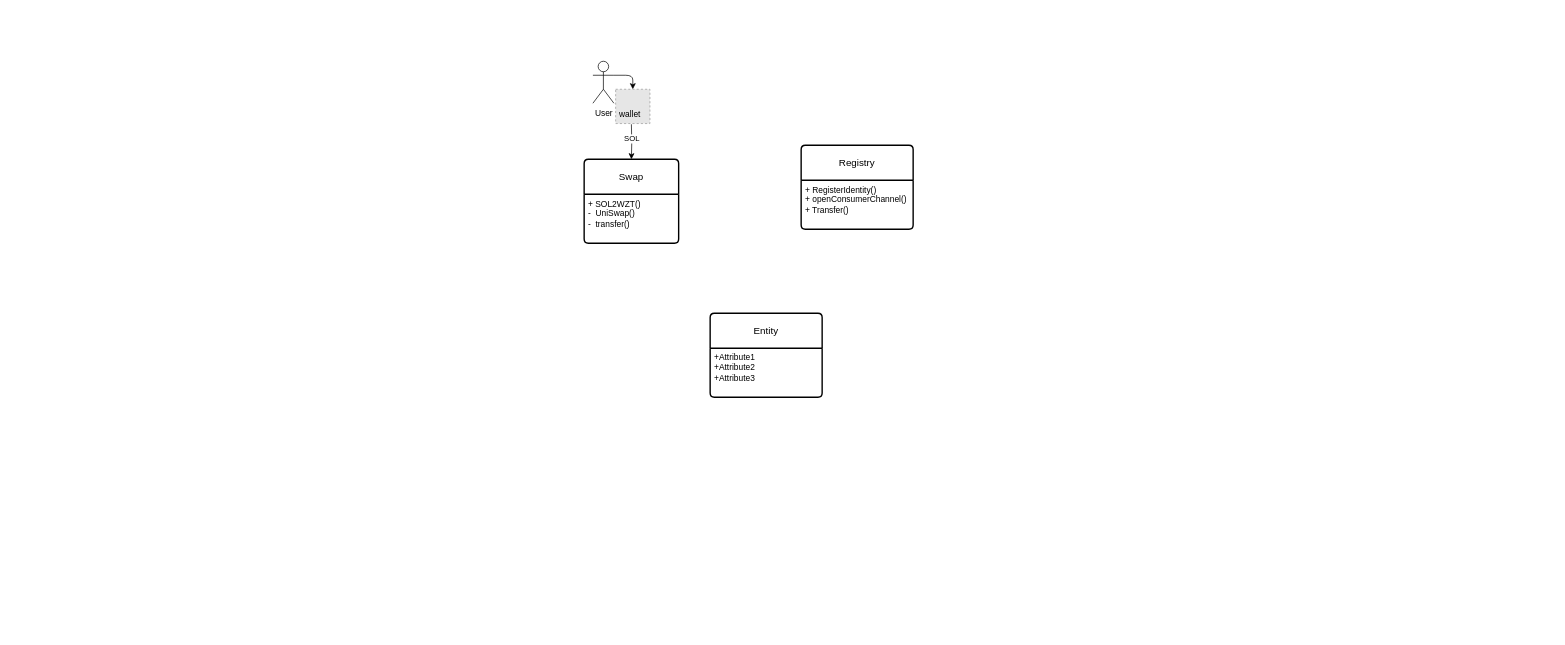
Earlier version of the draw.io diagram solana.drawio (YuniqueUnic/drawioDiagrams). Source tidied: cells renumbered, new cells numbered last; positions are measured from the earlier drawing's top-left corner, leaving out a move shared by most shapes. Both pictures are drawn from the tidied source at 70%, with x=0, y=0 at pixel (584, 61). Pictures stored in the file or linked from it are replaced by grey dashed boxes.
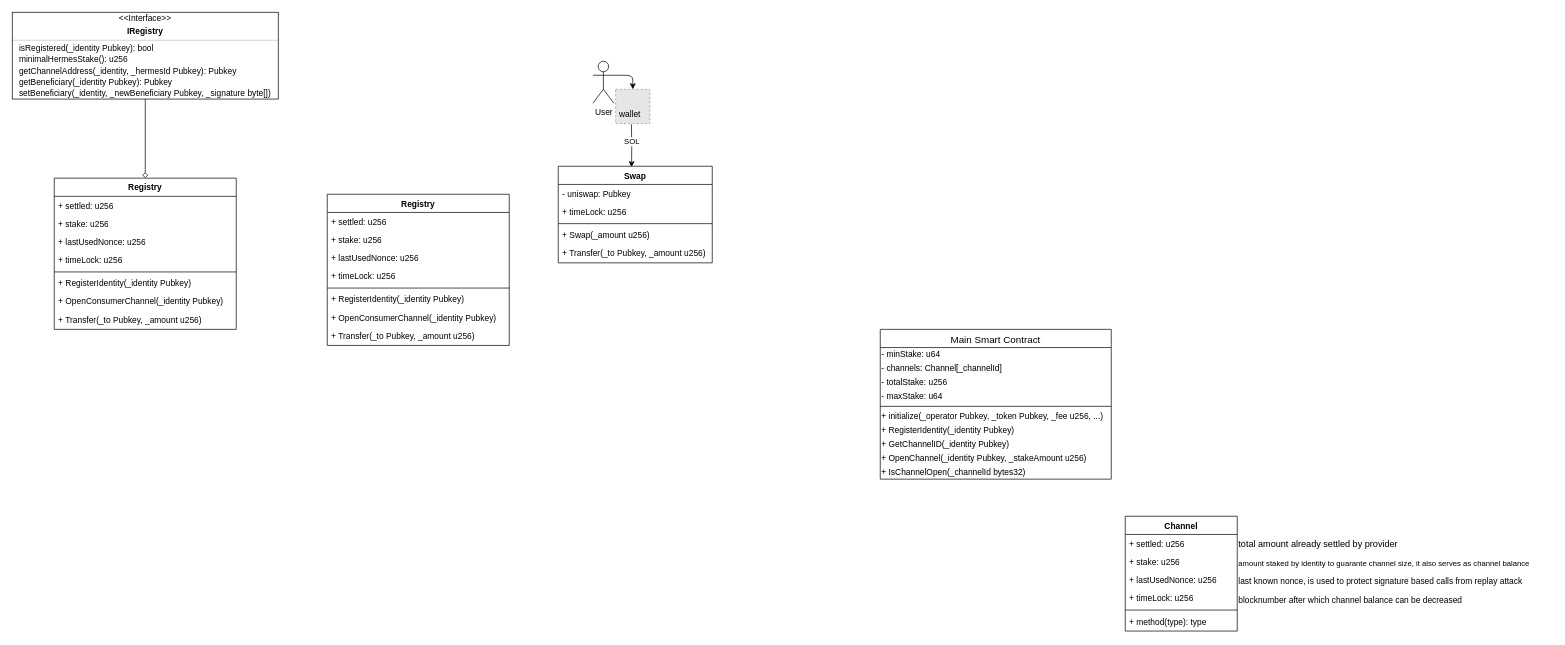
The same diagram, later.

Change to the diagram source:
```diff
@@
-    <mxCell id="2" value="Registry" style="swimlane;horizontal=1;startSize=50;rounded=1;fontSize=14;fontStyle=0;strokeWidth=2;shadow=0;dashed=0;align=center;arcSize=4;whiteSpace=wrap;html=1;" parent="1" vertex="1">
-      <mxGeometry x="310" y="120" width="160" height="120" as="geometry" />
-    </mxCell>
-    <mxCell id="3" value="+ RegisterIdentity()&lt;br&gt;+ openConsumerChannel()&lt;br&gt;+ Transfer()" style="align=left;strokeColor=none;fillColor=none;spacingLeft=4;spacingRight=4;fontSize=12;verticalAlign=top;html=1;whiteSpace=wrap;" parent="2" vertex="1">
-      <mxGeometry y="50" width="160" height="70" as="geometry" />
-    </mxCell>
@@
-    <mxCell id="9" value="Swap" style="swimlane;horizontal=1;startSize=50;rounded=1;fontSize=14;fontStyle=0;strokeWidth=2;shadow=0;dashed=0;align=center;arcSize=4;whiteSpace=wrap;html=1;" parent="1" vertex="1">
-      <mxGeometry y="140" width="135" height="120" as="geometry" />
-    </mxCell>
-    <mxCell id="10" value="+ SOL2WZT()&lt;br&gt;-&amp;nbsp; UniSwap()&lt;br&gt;-&amp;nbsp; transfer()" style="align=left;strokeColor=none;fillColor=none;spacingLeft=4;spacingRight=4;fontSize=12;verticalAlign=top;html=1;whiteSpace=wrap;" parent="9" vertex="1">
-      <mxGeometry y="50" width="135" height="70" as="geometry" />
-    </mxCell>
-    <mxCell id="11" style="edgeStyle=orthogonalEdgeStyle;rounded=0;jettySize=auto;html=1;entryX=0.5;entryY=0;entryDx=0;entryDy=0;curved=0;" parent="1" edge="1" target="9">
+    <mxCell id="11" style="edgeStyle=orthogonalEdgeStyle;rounded=0;jettySize=auto;html=1;entryX=0.476;entryY=0.009;entryDx=0;entryDy=0;curved=0;entryPerimeter=0;" parent="1" edge="1" target="9">
       <mxGeometry relative="1" as="geometry">
         <mxPoint x="67.5" y="90" as="sourcePoint" />
       </mxGeometry>
     </mxCell>
@@
-    <mxCell id="13" value="Entity" style="swimlane;horizontal=1;startSize=50;rounded=1;fontSize=14;fontStyle=0;strokeWidth=2;shadow=0;dashed=0;align=center;arcSize=4;whiteSpace=wrap;html=1;" parent="1" vertex="1">
-      <mxGeometry x="180" y="360" width="160" height="120" as="geometry" />
-    </mxCell>
-    <mxCell id="14" value="+Attribute1&#10;+Attribute2&#10;+Attribute3" style="align=left;strokeColor=none;fillColor=none;spacingLeft=4;spacingRight=4;fontSize=12;verticalAlign=top;html=1;whiteSpace=wrap;" parent="13" vertex="1">
-      <mxGeometry y="50" width="160" height="70" as="geometry" />
-    </mxCell>
+    <mxCell id="15" value="Registry" style="swimlane;fontStyle=1;align=center;verticalAlign=top;horizontal=1;startSize=26;whiteSpace=wrap;html=1;" parent="1" vertex="1">
+      <mxGeometry x="-757" y="167" width="260" height="216" as="geometry" />
+    </mxCell>
+    <mxCell id="16" value="+ settled: u256" style="text;strokeColor=none;fillColor=none;align=left;verticalAlign=top;spacingLeft=4;spacingRight=4;overflow=hidden;whiteSpace=wrap;html=1;" parent="15" vertex="1">
+      <mxGeometry y="26" width="260" height="26" as="geometry" />
+    </mxCell>
+    <mxCell id="17" value="+ stake: u256" style="text;strokeColor=none;fillColor=none;align=left;verticalAlign=top;spacingLeft=4;spacingRight=4;overflow=hidden;whiteSpace=wrap;html=1;" parent="15" vertex="1">
+      <mxGeometry y="52" width="260" height="26" as="geometry" />
+    </mxCell>
+    <mxCell id="18" value="+ lastUsedNonce: u256&lt;div&gt;&lt;br&gt;&lt;/div&gt;" style="text;strokeColor=none;fillColor=none;align=left;verticalAlign=top;spacingLeft=4;spacingRight=4;overflow=hidden;whiteSpace=wrap;html=1;" parent="15" vertex="1">
+      <mxGeometry y="78" width="260" height="26" as="geometry" />
+    </mxCell>
+    <mxCell id="19" value="+ timeLock: u256&lt;div&gt;&lt;br&gt;&lt;/div&gt;" style="text;strokeColor=none;fillColor=none;align=left;verticalAlign=top;spacingLeft=4;spacingRight=4;overflow=hidden;whiteSpace=wrap;html=1;" parent="15" vertex="1">
+      <mxGeometry y="104" width="260" height="26" as="geometry" />
+    </mxCell>
+    <mxCell id="20" style="line;strokeWidth=1;fillColor=none;align=left;verticalAlign=middle;spacingTop=-1;spacingLeft=3;spacingRight=3;labelPosition=right;strokeColor=inherit;" parent="15" vertex="1">
+      <mxGeometry y="130" width="260" height="8" as="geometry" />
+    </mxCell>
+    <mxCell id="21" value="+ RegisterIdentity(_identity Pubkey)" style="text;strokeColor=none;fillColor=none;align=left;verticalAlign=middle;spacingLeft=4;spacingRight=4;overflow=hidden;whiteSpace=wrap;html=1;" parent="15" vertex="1">
+      <mxGeometry y="138" width="260" height="26" as="geometry" />
+    </mxCell>
+    <mxCell id="22" value="+ OpenConsumerChannel(_identity Pubkey)" style="text;strokeColor=none;fillColor=none;align=left;verticalAlign=middle;spacingLeft=4;spacingRight=4;overflow=hidden;whiteSpace=wrap;html=1;" parent="15" vertex="1">
+      <mxGeometry y="164" width="260" height="26" as="geometry" />
+    </mxCell>
+    <mxCell id="23" value="+ Transfer(_to Pubkey, _amount u256)" style="text;strokeColor=none;fillColor=none;align=left;verticalAlign=middle;spacingLeft=4;spacingRight=4;overflow=hidden;whiteSpace=wrap;html=1;" parent="15" vertex="1">
+      <mxGeometry y="190" width="260" height="26" as="geometry" />
+    </mxCell>
+    <mxCell id="24" value="&lt;span style=&quot;font-size: 14px; font-weight: 400;&quot;&gt;Main Smart Contract&lt;/span&gt;" style="swimlane;fontStyle=1;align=center;verticalAlign=top;horizontal=1;startSize=26;whiteSpace=wrap;html=1;" parent="1" vertex="1">
+      <mxGeometry x="423" y="383" width="330" height="214" as="geometry" />
+    </mxCell>
+    <mxCell id="25" value="&lt;span style=&quot;color: rgb(0, 0, 0); font-family: Helvetica; font-size: 12px; font-style: normal; font-variant-ligatures: normal; font-variant-caps: normal; font-weight: 400; letter-spacing: normal; orphans: 2; text-align: left; text-indent: 0px; text-transform: none; widows: 2; word-spacing: 0px; -webkit-text-stroke-width: 0px; white-space: normal; background-color: rgb(251, 251, 251); text-decoration-thickness: initial; text-decoration-style: initial; text-decoration-color: initial; display: inline !important; float: none;&quot;&gt;- minStake: u64&lt;/span&gt;" style="text;whiteSpace=wrap;html=1;verticalAlign=middle;" parent="24" vertex="1">
+      <mxGeometry y="26" width="330" height="20" as="geometry" />
+    </mxCell>
+    <mxCell id="26" value="&lt;span style=&quot;color: rgb(0, 0, 0); font-family: Helvetica; font-size: 12px; font-style: normal; font-variant-ligatures: normal; font-variant-caps: normal; font-weight: 400; letter-spacing: normal; orphans: 2; text-align: left; text-indent: 0px; text-transform: none; widows: 2; word-spacing: 0px; -webkit-text-stroke-width: 0px; white-space: normal; background-color: rgb(251, 251, 251); text-decoration-thickness: initial; text-decoration-style: initial; text-decoration-color: initial; float: none; display: inline !important;&quot;&gt;- channels: Channel[_channelId]&lt;/span&gt;" style="text;whiteSpace=wrap;html=1;verticalAlign=middle;" parent="24" vertex="1">
+      <mxGeometry y="46" width="330" height="20" as="geometry" />
+    </mxCell>
+    <mxCell id="27" value="&lt;span style=&quot;color: rgb(0, 0, 0); font-family: Helvetica; font-size: 12px; font-style: normal; font-variant-ligatures: normal; font-variant-caps: normal; font-weight: 400; letter-spacing: normal; orphans: 2; text-align: left; text-indent: 0px; text-transform: none; widows: 2; word-spacing: 0px; -webkit-text-stroke-width: 0px; white-space: normal; background-color: rgb(251, 251, 251); text-decoration-thickness: initial; text-decoration-style: initial; text-decoration-color: initial; display: inline !important; float: none;&quot;&gt;- totalStake&lt;/span&gt;&lt;span style=&quot;forced-color-adjust: none; color: light-dark(rgb(0, 0, 0), rgb(255, 255, 255)); font-family: Helvetica; font-size: 12px; font-style: normal; font-variant-ligatures: normal; font-variant-caps: normal; font-weight: 400; letter-spacing: normal; orphans: 2; text-align: left; text-indent: 0px; text-transform: none; widows: 2; word-spacing: 0px; -webkit-text-stroke-width: 0px; white-space: normal; background-color: transparent; text-decoration-thickness: initial; text-decoration-style: initial; text-decoration-color: initial;&quot;&gt;: u256&lt;/span&gt;" style="text;whiteSpace=wrap;html=1;verticalAlign=middle;" parent="24" vertex="1">
+      <mxGeometry y="66" width="330" height="20" as="geometry" />
+    </mxCell>
+    <mxCell id="28" value="&lt;span style=&quot;color: rgb(0, 0, 0); font-family: Helvetica; font-size: 12px; font-style: normal; font-variant-ligatures: normal; font-variant-caps: normal; font-weight: 400; letter-spacing: normal; orphans: 2; text-align: left; text-indent: 0px; text-transform: none; widows: 2; word-spacing: 0px; -webkit-text-stroke-width: 0px; white-space: normal; background-color: rgb(251, 251, 251); text-decoration-thickness: initial; text-decoration-style: initial; text-decoration-color: initial; display: inline !important; float: none;&quot;&gt;- maxStake: u64&lt;/span&gt;" style="text;html=1;verticalAlign=middle;whiteSpace=wrap;" parent="24" vertex="1">
+      <mxGeometry y="86" width="330" height="20" as="geometry" />
+    </mxCell>
+    <mxCell id="29" style="line;strokeWidth=1;fillColor=none;align=left;verticalAlign=middle;spacingTop=-1;spacingLeft=3;spacingRight=3;labelPosition=right;strokeColor=inherit;" parent="24" vertex="1">
+      <mxGeometry y="106" width="330" height="8" as="geometry" />
+    </mxCell>
+    <mxCell id="30" value="+ initialize(_operator Pubkey, _token Pubkey, _fee u256, ...)" style="text;whiteSpace=wrap;html=1;verticalAlign=middle;" parent="24" vertex="1">
+      <mxGeometry y="114" width="330" height="20" as="geometry" />
+    </mxCell>
+    <mxCell id="31" value="+ RegisterIdentity(_identity Pubkey)" style="text;whiteSpace=wrap;html=1;verticalAlign=middle;" parent="24" vertex="1">
+      <mxGeometry y="134" width="330" height="20" as="geometry" />
+    </mxCell>
+    <mxCell id="32" value="&lt;span style=&quot;color: rgb(0, 0, 0); font-family: Helvetica; font-size: 12px; font-style: normal; font-variant-ligatures: normal; font-variant-caps: normal; font-weight: 400; letter-spacing: normal; orphans: 2; text-align: left; text-indent: 0px; text-transform: none; widows: 2; word-spacing: 0px; -webkit-text-stroke-width: 0px; white-space: normal; background-color: rgb(251, 251, 251); text-decoration-thickness: initial; text-decoration-style: initial; text-decoration-color: initial; float: none; display: inline !important;&quot;&gt;+ GetChannelID(_identity Pubkey&lt;/span&gt;)&amp;nbsp;" style="text;whiteSpace=wrap;html=1;verticalAlign=middle;" parent="24" vertex="1">
+      <mxGeometry y="154" width="330" height="20" as="geometry" />
+    </mxCell>
+    <mxCell id="33" value="&lt;span style=&quot;color: rgb(0, 0, 0); font-family: Helvetica; font-size: 12px; font-style: normal; font-variant-ligatures: normal; font-variant-caps: normal; font-weight: 400; letter-spacing: normal; orphans: 2; text-align: left; text-indent: 0px; text-transform: none; widows: 2; word-spacing: 0px; -webkit-text-stroke-width: 0px; white-space: normal; background-color: rgb(251, 251, 251); text-decoration-thickness: initial; text-decoration-style: initial; text-decoration-color: initial; float: none; display: inline !important;&quot;&gt;+ OpenChannel(_identity Pubkey, _stakeAmount&amp;nbsp;&lt;/span&gt;u256)&amp;nbsp;" style="text;whiteSpace=wrap;html=1;verticalAlign=middle;" parent="24" vertex="1">
+      <mxGeometry y="174" width="330" height="20" as="geometry" />
+    </mxCell>
+    <mxCell id="34" value="&lt;span style=&quot;color: rgb(0, 0, 0); font-family: Helvetica; font-size: 12px; font-style: normal; font-variant-ligatures: normal; font-variant-caps: normal; font-weight: 400; letter-spacing: normal; orphans: 2; text-align: left; text-indent: 0px; text-transform: none; widows: 2; word-spacing: 0px; -webkit-text-stroke-width: 0px; white-space: normal; background-color: rgb(251, 251, 251); text-decoration-thickness: initial; text-decoration-style: initial; text-decoration-color: initial; float: none; display: inline !important;&quot;&gt;+ IsChannelOpen(_channelId bytes32&lt;/span&gt;)&amp;nbsp;" style="text;whiteSpace=wrap;html=1;verticalAlign=middle;" parent="24" vertex="1">
+      <mxGeometry y="194" width="330" height="20" as="geometry" />
+    </mxCell>
+    <mxCell id="9" value="Swap" style="swimlane;fontStyle=1;align=center;verticalAlign=top;horizontal=1;startSize=26;whiteSpace=wrap;html=1;" parent="1" vertex="1">
+      <mxGeometry x="-37" y="150" width="220" height="138" as="geometry" />
+    </mxCell>
+    <mxCell id="35" value="- uniswap: Pubkey" style="text;strokeColor=none;fillColor=none;align=left;verticalAlign=top;spacingLeft=4;spacingRight=4;overflow=hidden;whiteSpace=wrap;html=1;" parent="9" vertex="1">
+      <mxGeometry y="26" width="220" height="26" as="geometry" />
+    </mxCell>
+    <mxCell id="36" value="+ timeLock: u256" style="text;strokeColor=none;fillColor=none;align=left;verticalAlign=top;spacingLeft=4;spacingRight=4;overflow=hidden;whiteSpace=wrap;html=1;" parent="9" vertex="1">
+      <mxGeometry y="52" width="220" height="26" as="geometry" />
+    </mxCell>
+    <mxCell id="37" style="line;strokeWidth=1;fillColor=none;align=left;verticalAlign=middle;spacingTop=-1;spacingLeft=3;spacingRight=3;labelPosition=right;strokeColor=inherit;" parent="9" vertex="1">
+      <mxGeometry y="78" width="220" height="8" as="geometry" />
+    </mxCell>
+    <mxCell id="38" value="+ Swap(_amount u256)" style="text;strokeColor=none;fillColor=none;align=left;verticalAlign=middle;spacingLeft=4;spacingRight=4;overflow=hidden;whiteSpace=wrap;html=1;" parent="9" vertex="1">
+      <mxGeometry y="86" width="220" height="26" as="geometry" />
+    </mxCell>
+    <mxCell id="39" value="+ Transfer(_to Pubkey, _amount u256)" style="text;strokeColor=none;fillColor=none;align=left;verticalAlign=middle;spacingLeft=4;spacingRight=4;overflow=hidden;whiteSpace=wrap;html=1;" parent="9" vertex="1">
+      <mxGeometry y="112" width="220" height="26" as="geometry" />
+    </mxCell>
+    <mxCell id="40" style="group;" parent="1" vertex="1">
+      <mxGeometry x="773" y="650" width="610" height="164" as="geometry" />
+    </mxCell>
+    <mxCell id="41" value="Channel" style="swimlane;fontStyle=1;align=center;verticalAlign=top;horizontal=1;startSize=26;whiteSpace=wrap;html=1;" parent="40" vertex="1">
+      <mxGeometry width="160" height="164" as="geometry" />
+    </mxCell>
+    <mxCell id="42" value="+ settled: u256" style="text;strokeColor=none;fillColor=none;align=left;verticalAlign=top;spacingLeft=4;spacingRight=4;overflow=hidden;whiteSpace=wrap;html=1;" parent="41" vertex="1">
+      <mxGeometry y="26" width="160" height="26" as="geometry" />
+    </mxCell>
+    <mxCell id="43" value="+ stake: u256" style="text;strokeColor=none;fillColor=none;align=left;verticalAlign=top;spacingLeft=4;spacingRight=4;overflow=hidden;whiteSpace=wrap;html=1;" parent="41" vertex="1">
+      <mxGeometry y="52" width="160" height="26" as="geometry" />
+    </mxCell>
+    <mxCell id="44" value="+ lastUsedNonce: u256&lt;div&gt;&lt;br&gt;&lt;/div&gt;" style="text;strokeColor=none;fillColor=none;align=left;verticalAlign=top;spacingLeft=4;spacingRight=4;overflow=hidden;whiteSpace=wrap;html=1;" parent="41" vertex="1">
+      <mxGeometry y="78" width="160" height="26" as="geometry" />
+    </mxCell>
+    <mxCell id="45" value="+ timeLock: u256&lt;div&gt;&lt;br&gt;&lt;/div&gt;" style="text;strokeColor=none;fillColor=none;align=left;verticalAlign=top;spacingLeft=4;spacingRight=4;overflow=hidden;whiteSpace=wrap;html=1;" parent="41" vertex="1">
+      <mxGeometry y="104" width="160" height="26" as="geometry" />
+    </mxCell>
+    <mxCell id="46" style="line;strokeWidth=1;fillColor=none;align=left;verticalAlign=middle;spacingTop=-1;spacingLeft=3;spacingRight=3;labelPosition=right;strokeColor=inherit;" parent="41" vertex="1">
+      <mxGeometry y="130" width="160" height="8" as="geometry" />
+    </mxCell>
+    <mxCell id="47" value="+ method(type): type" style="text;strokeColor=none;fillColor=none;align=left;verticalAlign=top;spacingLeft=4;spacingRight=4;overflow=hidden;whiteSpace=wrap;html=1;" parent="41" vertex="1">
+      <mxGeometry y="138" width="160" height="26" as="geometry" />
+    </mxCell>
+    <mxCell id="48" value="amount staked by identity to guarante channel size, it also serves as channel balance" style="text;whiteSpace=wrap;align=left;verticalAlign=middle;fontSize=11;" parent="40" vertex="1">
+      <mxGeometry x="160" y="52" width="450" height="30" as="geometry" />
+    </mxCell>
+    <mxCell id="49" value="last known nonce, is used to protect signature based calls from replay attack" style="text;whiteSpace=wrap;verticalAlign=middle;" parent="40" vertex="1">
+      <mxGeometry x="160" y="83" width="440" height="20" as="geometry" />
+    </mxCell>
+    <mxCell id="50" value="&lt;span style=&quot;color: rgb(0, 0, 0); font-family: Helvetica; font-style: normal; font-variant-ligatures: normal; font-variant-caps: normal; font-weight: 400; letter-spacing: normal; orphans: 2; text-align: left; text-indent: 0px; text-transform: none; widows: 2; word-spacing: 0px; -webkit-text-stroke-width: 0px; white-space: normal; background-color: rgb(251, 251, 251); text-decoration-thickness: initial; text-decoration-style: initial; text-decoration-color: initial; float: none; display: inline !important;&quot;&gt;total amount already settled by provider&lt;/span&gt;" style="text;whiteSpace=wrap;html=1;verticalAlign=middle;fontSize=13;" parent="40" vertex="1">
+      <mxGeometry x="160" y="30" width="310" height="20" as="geometry" />
+    </mxCell>
+    <mxCell id="51" value="blocknumber after which channel balance can be decreased" style="text;whiteSpace=wrap;verticalAlign=middle;" parent="40" vertex="1">
+      <mxGeometry x="160" y="110" width="350" height="20" as="geometry" />
+    </mxCell>
+    <mxCell id="52" value="Registry" style="swimlane;fontStyle=1;align=center;verticalAlign=top;horizontal=1;startSize=26;whiteSpace=wrap;html=1;" parent="1" vertex="1">
+      <mxGeometry x="-367" y="190" width="260" height="216" as="geometry" />
+    </mxCell>
+    <mxCell id="53" value="+ settled: u256" style="text;strokeColor=none;fillColor=none;align=left;verticalAlign=top;spacingLeft=4;spacingRight=4;overflow=hidden;whiteSpace=wrap;html=1;" parent="52" vertex="1">
+      <mxGeometry y="26" width="260" height="26" as="geometry" />
+    </mxCell>
+    <mxCell id="54" value="+ stake: u256" style="text;strokeColor=none;fillColor=none;align=left;verticalAlign=top;spacingLeft=4;spacingRight=4;overflow=hidden;whiteSpace=wrap;html=1;" parent="52" vertex="1">
+      <mxGeometry y="52" width="260" height="26" as="geometry" />
+    </mxCell>
+    <mxCell id="55" value="+ lastUsedNonce: u256&lt;div&gt;&lt;br&gt;&lt;/div&gt;" style="text;strokeColor=none;fillColor=none;align=left;verticalAlign=top;spacingLeft=4;spacingRight=4;overflow=hidden;whiteSpace=wrap;html=1;" parent="52" vertex="1">
+      <mxGeometry y="78" width="260" height="26" as="geometry" />
+    </mxCell>
+    <mxCell id="56" value="+ timeLock: u256&lt;div&gt;&lt;br&gt;&lt;/div&gt;" style="text;strokeColor=none;fillColor=none;align=left;verticalAlign=top;spacingLeft=4;spacingRight=4;overflow=hidden;whiteSpace=wrap;html=1;" parent="52" vertex="1">
+      <mxGeometry y="104" width="260" height="26" as="geometry" />
+    </mxCell>
+    <mxCell id="57" style="line;strokeWidth=1;fillColor=none;align=left;verticalAlign=middle;spacingTop=-1;spacingLeft=3;spacingRight=3;labelPosition=right;strokeColor=inherit;" parent="52" vertex="1">
+      <mxGeometry y="130" width="260" height="8" as="geometry" />
+    </mxCell>
+    <mxCell id="58" value="+ RegisterIdentity(_identity Pubkey)" style="text;strokeColor=none;fillColor=none;align=left;verticalAlign=middle;spacingLeft=4;spacingRight=4;overflow=hidden;whiteSpace=wrap;html=1;" parent="52" vertex="1">
+      <mxGeometry y="138" width="260" height="26" as="geometry" />
+    </mxCell>
+    <mxCell id="59" value="+ OpenConsumerChannel(_identity Pubkey)" style="text;strokeColor=none;fillColor=none;align=left;verticalAlign=middle;spacingLeft=4;spacingRight=4;overflow=hidden;whiteSpace=wrap;html=1;" parent="52" vertex="1">
+      <mxGeometry y="164" width="260" height="26" as="geometry" />
+    </mxCell>
+    <mxCell id="60" value="+ Transfer(_to Pubkey, _amount u256)" style="text;strokeColor=none;fillColor=none;align=left;verticalAlign=middle;spacingLeft=4;spacingRight=4;overflow=hidden;whiteSpace=wrap;html=1;" parent="52" vertex="1">
+      <mxGeometry y="190" width="260" height="26" as="geometry" />
+    </mxCell>
+    <mxCell id="61" style="fontStyle=1;align=center;verticalAlign=middle;horizontal=1;" parent="1" vertex="1">
+      <mxGeometry x="-817" y="-70" width="380" height="124" as="geometry" />
+    </mxCell>
+    <mxCell id="62" value="&amp;lt;&amp;lt;Interface&amp;gt;&amp;gt;" style="html=1;align=center;spacing=0;verticalAlign=middle;strokeColor=none;fillColor=none;whiteSpace=wrap;" parent="61" vertex="1">
+      <mxGeometry width="380" height="18" as="geometry" />
+    </mxCell>
+    <mxCell id="63" value="IRegistry" style="html=1;align=center;spacing=0;verticalAlign=middle;strokeColor=none;fillColor=none;whiteSpace=wrap;fontStyle=1;" parent="61" vertex="1">
+      <mxGeometry y="18" width="380" height="18" as="geometry" />
+    </mxCell>
+    <mxCell id="64" style="line;strokeWidth=0.25;fillColor=none;align=left;verticalAlign=middle;spacingTop=-1;spacingLeft=3;spacingRight=3;labelPosition=right;" parent="61" vertex="1">
+      <mxGeometry y="36" width="380" height="8" as="geometry" />
+    </mxCell>
+    <mxCell id="65" value="isRegistered(_identity Pubkey): bool" style="html=1;align=left;spacing=0;spacingLeft=10;verticalAlign=middle;strokeColor=none;fillColor=none;whiteSpace=wrap;" parent="61" vertex="1">
+      <mxGeometry y="44" width="380" height="16" as="geometry" />
+    </mxCell>
+    <mxCell id="66" value="minimalHermesStake(): u256" style="html=1;align=left;spacing=0;spacingLeft=10;verticalAlign=middle;strokeColor=none;fillColor=none;whiteSpace=wrap;" parent="61" vertex="1">
+      <mxGeometry y="60" width="380" height="16" as="geometry" />
+    </mxCell>
+    <mxCell id="67" value="getChannelAddress(_identity, _hermesId Pubkey): Pubkey" style="html=1;align=left;spacing=0;spacingLeft=10;verticalAlign=middle;strokeColor=none;fillColor=none;whiteSpace=wrap;" parent="61" vertex="1">
+      <mxGeometry y="76" width="380" height="16" as="geometry" />
+    </mxCell>
+    <mxCell id="68" value="getBeneficiary(_identity Pubkey): Pubkey" style="html=1;align=left;spacing=0;spacingLeft=10;verticalAlign=middle;strokeColor=none;fillColor=none;whiteSpace=wrap;" parent="61" vertex="1">
+      <mxGeometry y="92" width="380" height="16" as="geometry" />
+    </mxCell>
+    <mxCell id="69" value="setBeneficiary(_identity, _newBeneficiary Pubkey, _signature byte[])" style="html=1;align=left;spacing=0;spacingLeft=10;verticalAlign=middle;strokeColor=none;fillColor=none;whiteSpace=wrap;" parent="61" vertex="1">
+      <mxGeometry y="108" width="380" height="16" as="geometry" />
+    </mxCell>
+    <mxCell id="70" style="edgeStyle=orthogonalEdgeStyle;rounded=0;jettySize=auto;html=1;entryX=0.5;entryY=0;entryDx=0;entryDy=0;endArrow=diamond;endFill=0;" parent="1" edge="1" source="69" target="15">
+      <mxGeometry relative="1" as="geometry" />
+    </mxCell>
```
